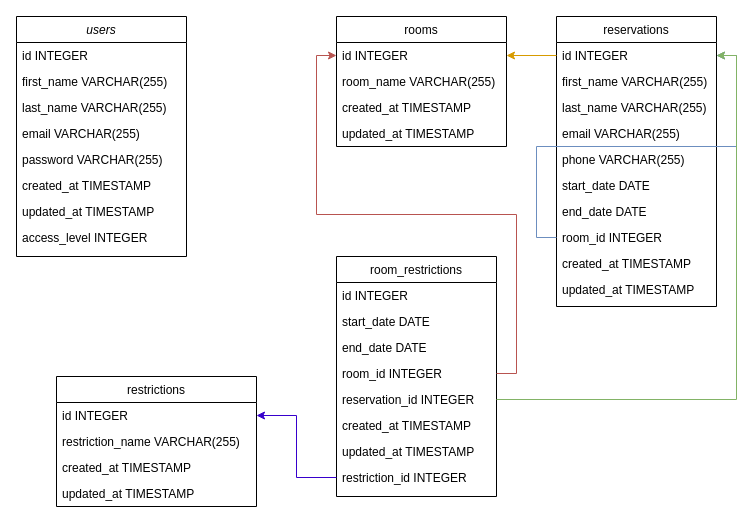
This is DB-Schema-first-edition.drawio from burakkarasel/bookings, a draw.io file, before an edit. Source tidied: cells renumbered, new cells numbered last; positions are measured from the earlier drawing's top-left corner, leaving out a move shared by most shapes. Both pictures are drawn from the tidied source at 100%, with x=0, y=0 at pixel (16, 16).
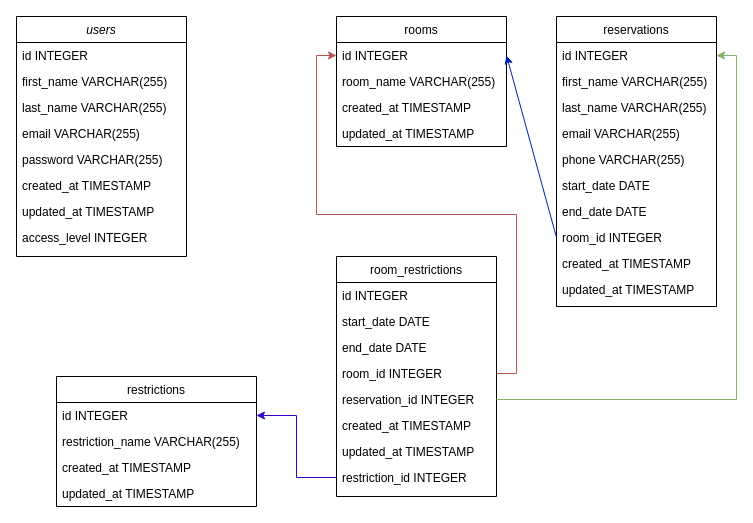
After the change.

Unchanged cells that the change refers to:
```xml
<mxCell id="21" value="id INTEGER" style="text;align=left;verticalAlign=top;spacingLeft=4;spacingRight=4;overflow=hidden;points=[[0,0.5],[1,0.5]];portConstraint=eastwest;" parent="20" vertex="1">
  <mxGeometry y="26" width="170" height="26" as="geometry" />
</mxCell>
<mxCell id="25" value="reservations" style="swimlane;fontStyle=0;align=center;verticalAlign=top;horizontal=1;startSize=26;rounded=0;shadow=0;strokeWidth=1;" parent="1" vertex="1">
  <mxGeometry x="540" width="160" height="290" as="geometry" />
</mxCell>
<mxCell id="26" value="id INTEGER" style="text;align=left;verticalAlign=top;spacingLeft=4;spacingRight=4;overflow=hidden;points=[[0,0.5],[1,0.5]];portConstraint=eastwest;" parent="25" vertex="1">
  <mxGeometry y="26" width="160" height="26" as="geometry" />
</mxCell>
<mxCell id="34" value="room_id INTEGER" style="text;align=left;verticalAlign=top;spacingLeft=4;spacingRight=4;overflow=hidden;points=[[0,0.5],[1,0.5]];portConstraint=eastwest;rounded=0;shadow=0;html=0;" parent="25" vertex="1">
  <mxGeometry y="208" width="160" height="26" as="geometry" />
</mxCell>
```

Diff of the diagram source:
```diff
@@
-    <mxCell id="33" style="edgeStyle=orthogonalEdgeStyle;rounded=0;jettySize=auto;html=1;entryX=1;entryY=0.5;entryDx=0;entryDy=0;fillColor=#dae8fc;strokeColor=#6c8ebf;" parent="25" edge="1" source="34" target="26">
-      <mxGeometry relative="1" as="geometry" />
-    </mxCell>
@@
-    <mxCell id="38" style="edgeStyle=orthogonalEdgeStyle;rounded=0;jettySize=auto;html=1;entryX=1;entryY=0.5;entryDx=0;entryDy=0;fillColor=#ffe6cc;strokeColor=#d79b00;" parent="1" edge="1" source="26" target="21">
-      <mxGeometry relative="1" as="geometry" />
-    </mxCell>
@@
+    <mxCell id="46" style="endArrow=classic;html=1;rounded=0;entryX=1;entryY=0.5;entryDx=0;entryDy=0;exitX=0;exitY=0.5;exitDx=0;exitDy=0;fillColor=#0050ef;strokeColor=#001DBC;" parent="1" edge="1" source="34" target="21">
+      <mxGeometry relative="1" as="geometry" />
+    </mxCell>
```
